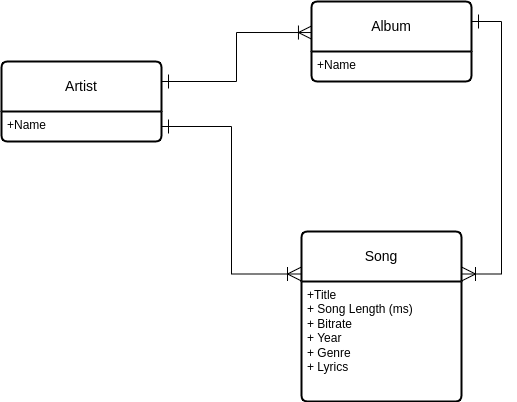
Above: ERD.png in collinskasyoki/django-music-api (draw.io), before the change. Source tidied: cells renumbered, new cells last; positions are measured from the earlier drawing's top-left corner, leaving out a move shared by most shapes.
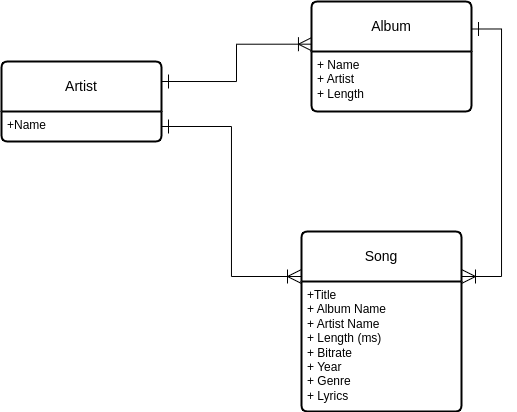
The same file after the commit.

The edit, as a diff of the source:
```diff
@@ -12,19 +12,19 @@
       <mxGeometry y="50" width="160" height="30" as="geometry" />
     </mxCell>
     <mxCell id="5" value="Song" style="swimlane;horizontal=1;startSize=50;rounded=1;fontSize=14;fontStyle=0;strokeWidth=2;shadow=0;dashed=0;align=center;arcSize=4;whiteSpace=wrap;html=1;" parent="1" vertex="1">
-      <mxGeometry x="300" y="230" width="160" height="170" as="geometry" />
+      <mxGeometry x="300" y="230" width="160" height="180" as="geometry" />
     </mxCell>
-    <mxCell id="6" value="+Title&lt;br&gt;+ Song Length (ms)&lt;br&gt;+ Bitrate&lt;br&gt;+ Year&lt;br&gt;+ Genre&lt;br&gt;+ Lyrics" style="align=left;strokeColor=none;fillColor=none;spacingLeft=4;fontSize=12;verticalAlign=top;html=1;" parent="5" vertex="1">
-      <mxGeometry y="50" width="160" height="120" as="geometry" />
+    <mxCell id="6" value="+Title&lt;br&gt;+ Album Name&lt;br&gt;+ Artist Name&lt;br&gt;+ Length (ms)&lt;br&gt;+ Bitrate&lt;br&gt;+ Year&lt;br&gt;+ Genre&lt;br&gt;+ Lyrics" style="align=left;strokeColor=none;fillColor=none;spacingLeft=4;fontSize=12;verticalAlign=top;html=1;" parent="5" vertex="1">
+      <mxGeometry y="50" width="160" height="130" as="geometry" />
     </mxCell>
     <mxCell id="7" style="edgeStyle=orthogonalEdgeStyle;rounded=0;jettySize=auto;html=1;exitX=1;exitY=0.25;exitDx=0;exitDy=0;entryX=1;entryY=0.25;entryDx=0;entryDy=0;endArrow=ERoneToMany;endFill=0;startArrow=ERone;startFill=0;endSize=12;startSize=12;" parent="1" edge="1" source="8" target="5">
       <mxGeometry relative="1" as="geometry" />
     </mxCell>
     <mxCell id="8" value="Album" style="swimlane;horizontal=1;startSize=50;rounded=1;fontSize=14;fontStyle=0;strokeWidth=2;shadow=0;dashed=0;align=center;arcSize=4;whiteSpace=wrap;html=1;" parent="1" vertex="1">
-      <mxGeometry x="310" width="160" height="80" as="geometry" />
+      <mxGeometry x="310" width="160" height="110" as="geometry" />
     </mxCell>
-    <mxCell id="9" value="+Name" style="align=left;strokeColor=none;fillColor=none;spacingLeft=4;fontSize=12;verticalAlign=top;html=1;" parent="8" vertex="1">
-      <mxGeometry y="50" width="160" height="30" as="geometry" />
+    <mxCell id="9" value="+ Name&lt;br&gt;+ Artist&lt;br&gt;+ Length" style="align=left;strokeColor=none;fillColor=none;spacingLeft=4;fontSize=12;verticalAlign=top;html=1;" parent="8" vertex="1">
+      <mxGeometry y="50" width="160" height="60" as="geometry" />
     </mxCell>
     <mxCell id="10" style="edgeStyle=orthogonalEdgeStyle;rounded=0;jettySize=auto;html=1;exitX=1;exitY=0.5;exitDx=0;exitDy=0;entryX=0;entryY=0.25;entryDx=0;entryDy=0;endArrow=ERoneToMany;endFill=0;startSize=12;endSize=12;startArrow=ERone;startFill=0;" parent="1" edge="1" source="4" target="5">
       <mxGeometry relative="1" as="geometry" />
```
